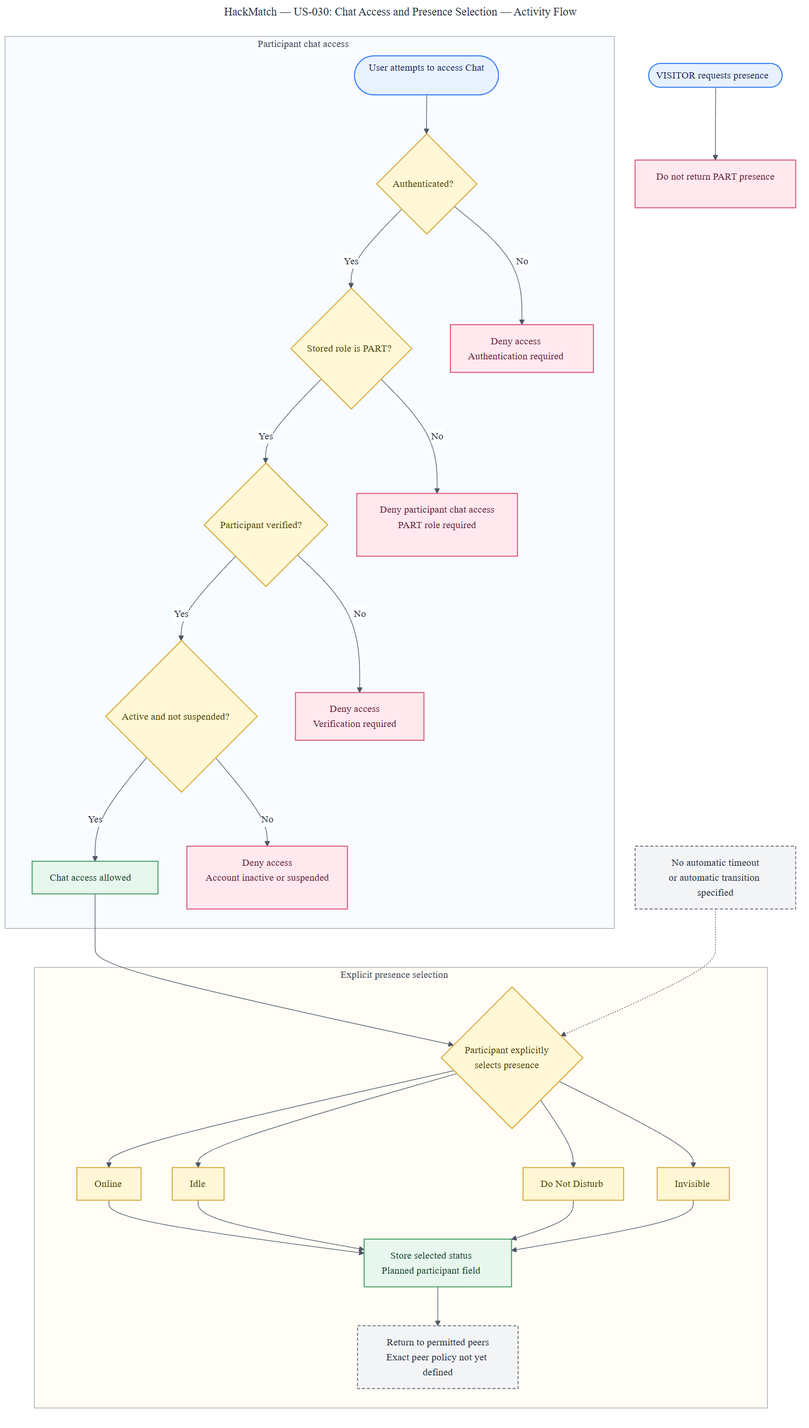
This is docs/diagrams/US-030/US-030-presence-access-flow.png from comp313-g1/HackMatch, a Mermaid export, as it was before one commit. Its source is kept beside it as docs/diagrams/US-030/US-030-presence-access-flow.mmd. Source of this version:
```mermaid
---
title: "HackMatch — US-030: Chat Access and Presence Selection — Activity Flow"
---
%%{init: {"theme":"base","themeVariables":{"background":"#ffffff","primaryTextColor":"#1f2937","lineColor":"#4b5563","edgeLabelBackground":"#ffffff","fontFamily":"Arial, sans-serif"},"flowchart":{"useMaxWidth":true,"htmlLabels":true,"curve":"basis","nodeSpacing":46,"rankSpacing":62,"padding":14}}}%%
flowchart TB
    subgraph ACCESS ["Participant chat access"]
        direction LR
        START(["User attempts to access Chat"]):::identity
        AUTH{"Authenticated?"}:::decision
        PART{"Stored role is PART?"}:::decision
        VERIFIED{"Participant verified?"}:::decision
        ACTIVE{"Active and not suspended?"}:::decision
        ALLOW["Chat access allowed"]:::success
        DENY_AUTH["Deny access<br/>Authentication required"]:::denied
        DENY_ROLE["Deny participant chat access<br/>PART role required"]:::denied
        DENY_VERIFY["Deny access<br/>Verification required"]:::denied
        DENY_SUSPENDED["Deny access<br/>Account inactive or suspended"]:::denied

        START --> AUTH
        AUTH -->|"Yes"| PART
        PART -->|"Yes"| VERIFIED
        VERIFIED -->|"Yes"| ACTIVE
        ACTIVE -->|"Yes"| ALLOW
        AUTH -->|"No"| DENY_AUTH
        PART -->|"No"| DENY_ROLE
        VERIFIED -->|"No"| DENY_VERIFY
        ACTIVE -->|"No"| DENY_SUSPENDED
    end

    subgraph PRESENCE_FLOW ["Explicit presence selection"]
        direction TB
        SELECT{"Participant explicitly<br/>selects presence"}:::decision
        ONLINE["Online"]:::presence
        IDLE["Idle"]:::presence
        DND["Do Not Disturb"]:::presence
        INVISIBLE["Invisible"]:::presence
        STORE["Store selected status<br/>Planned participant field"]:::success
        PEERS["Return to permitted peers<br/>Exact peer policy not yet defined"]:::internal

        SELECT --> ONLINE
        SELECT --> IDLE
        SELECT --> DND
        SELECT --> INVISIBLE
        ONLINE --> STORE
        IDLE --> STORE
        DND --> STORE
        INVISIBLE --> STORE
        STORE --> PEERS
    end

    MANUAL["No automatic timeout<br/>or automatic transition specified"]:::internal
    VISITOR(["VISITOR requests presence"]):::identity
    HIDDEN["Do not return PART presence"]:::denied

    ALLOW --> SELECT
    MANUAL -.-> SELECT
    VISITOR --> HIDDEN

    classDef identity fill:#e8f1ff,stroke:#3b82f6,color:#172554,stroke-width:1.5px;
    classDef decision fill:#fff7d6,stroke:#d4a72c,color:#4a3b00,stroke-width:1.5px;
    classDef presence fill:#fff7d6,stroke:#d4a72c,color:#4a3b00,stroke-width:1.5px;
    classDef success fill:#e8f7ed,stroke:#3a9b5f,color:#123d24,stroke-width:1.5px;
    classDef denied fill:#ffe8ee,stroke:#d94f70,color:#641c30,stroke-width:1.5px;
    classDef internal fill:#f3f4f6,stroke:#6b7280,color:#1f2937,stroke-width:1.5px,stroke-dasharray:5 3;
    style ACCESS fill:#f8fbff,stroke:#9ca3af,stroke-width:1px,color:#374151
    style PRESENCE_FLOW fill:#fffdf5,stroke:#9ca3af,stroke-width:1px,color:#374151
```
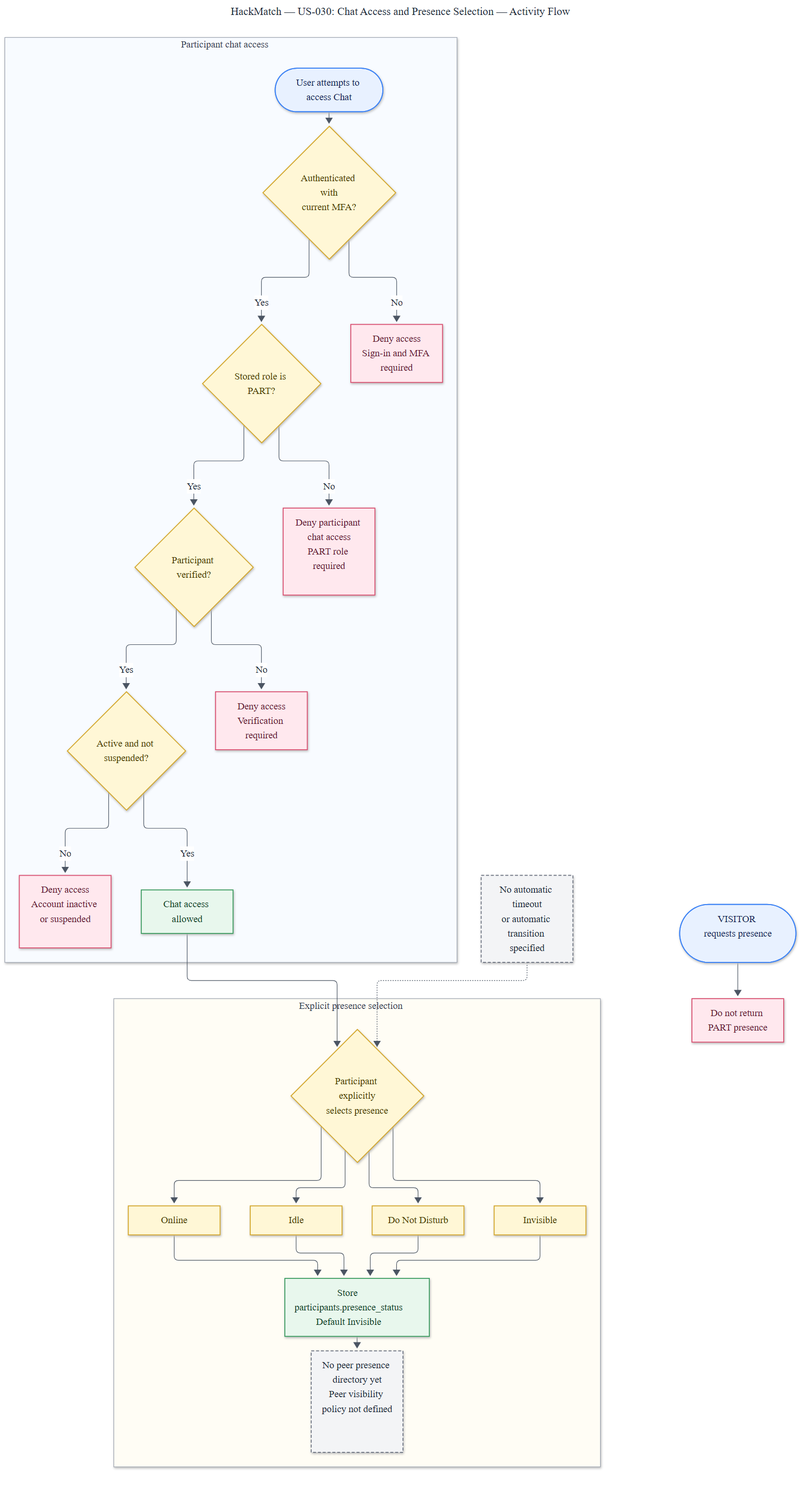
Above is the later version.

What changed in the source:
```diff
@@ -6,12 +6,12 @@
     subgraph ACCESS ["Participant chat access"]
         direction LR
         START(["User attempts to access Chat"]):::identity
-        AUTH{"Authenticated?"}:::decision
+        AUTH{"Authenticated with<br/>current MFA?"}:::decision
         PART{"Stored role is PART?"}:::decision
         VERIFIED{"Participant verified?"}:::decision
         ACTIVE{"Active and not suspended?"}:::decision
         ALLOW["Chat access allowed"]:::success
-        DENY_AUTH["Deny access<br/>Authentication required"]:::denied
+        DENY_AUTH["Deny access<br/>Sign-in and MFA required"]:::denied
         DENY_ROLE["Deny participant chat access<br/>PART role required"]:::denied
         DENY_VERIFY["Deny access<br/>Verification required"]:::denied
         DENY_SUSPENDED["Deny access<br/>Account inactive or suspended"]:::denied
@@ -34,8 +34,8 @@
         IDLE["Idle"]:::presence
         DND["Do Not Disturb"]:::presence
         INVISIBLE["Invisible"]:::presence
-        STORE["Store selected status<br/>Planned participant field"]:::success
-        PEERS["Return to permitted peers<br/>Exact peer policy not yet defined"]:::internal
+        STORE["Store participants.presence_status<br/>Default Invisible"]:::success
+        PEERS["No peer presence directory yet<br/>Peer visibility policy not defined"]:::internal
 
         SELECT --> ONLINE
         SELECT --> IDLE
```
